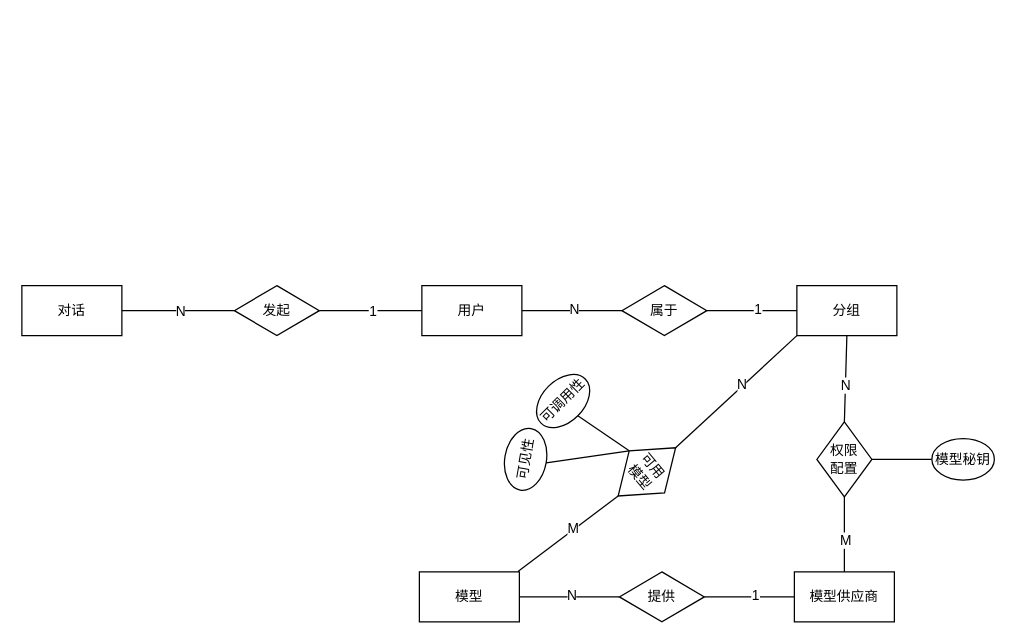
Before: 实体联系图.drawio in Chentx1243/draw.io, a draw.io diagram. Source tidied: cells renumbered, new cells numbered last; positions are measured from the earlier drawing's top-left corner, leaving out a move shared by most shapes. Both pictures are drawn from the tidied source at 125%, with x=0, y=0 at pixel (21, 285).
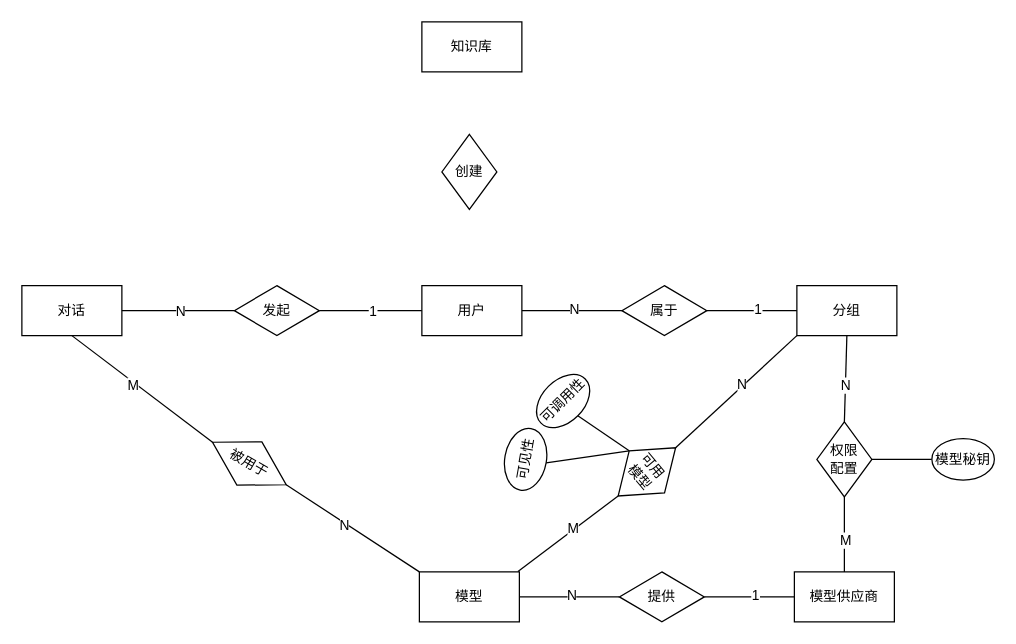
The same page after the edit.

Commit message:
更新实体联系图.drawio

The change refers to these unchanged cells:
```xml
<mxCell id="11" value="模型" style="rounded=0;whiteSpace=wrap;html=1;fontFamily=宋体;fontSize=11;" parent="1" vertex="1">
  <mxGeometry x="318" y="229" width="80" height="40" as="geometry" />
</mxCell>
<mxCell id="17" value="对话" style="rounded=0;whiteSpace=wrap;html=1;fontFamily=宋体;fontSize=11;" parent="1" vertex="1">
  <mxGeometry width="80" height="40" as="geometry" />
</mxCell>
```

Diff of the diagram source:
```diff
@@
+    <mxCell id="38" style="rounded=0;jettySize=auto;html=1;endArrow=none;endFill=0;exitX=0;exitY=0;exitDx=0;exitDy=0;entryX=1;entryY=0.5;entryDx=0;entryDy=0;" parent="1" edge="1" source="11" target="40">
+      <mxGeometry relative="1" as="geometry" />
+    </mxCell>
+    <mxCell id="39" value="N" style="edgeLabel;html=1;align=center;verticalAlign=middle;fontFamily=宋体;fontSize=11;" parent="38" vertex="1">
+      <mxGeometry x="0.12" y="2" relative="1" as="geometry" />
+    </mxCell>
+    <mxCell id="40" value="被用于" style="rhombus;whiteSpace=wrap;html=1;fontFamily=宋体;fontSize=11;rotation=30;" parent="1" vertex="1">
+      <mxGeometry x="148" y="122.3" width="68" height="40" as="geometry" />
+    </mxCell>
+    <mxCell id="41" style="rounded=0;jettySize=auto;html=1;endArrow=none;endFill=0;exitX=0;exitY=0.5;exitDx=0;exitDy=0;entryX=0.5;entryY=1;entryDx=0;entryDy=0;" parent="1" edge="1" source="40" target="17">
+      <mxGeometry relative="1" as="geometry" />
+    </mxCell>
+    <mxCell id="42" value="M" style="edgeLabel;html=1;align=center;verticalAlign=middle;fontFamily=宋体;fontSize=11;" parent="41" vertex="1">
+      <mxGeometry x="0.12" y="2" relative="1" as="geometry" />
+    </mxCell>
+    <mxCell id="43" value="知识库" style="rounded=0;whiteSpace=wrap;html=1;fontFamily=宋体;fontSize=11;" parent="1" vertex="1">
+      <mxGeometry x="320" y="-211" width="80" height="40" as="geometry" />
+    </mxCell>
+    <mxCell id="44" value="创建" style="rhombus;whiteSpace=wrap;html=1;fontFamily=宋体;fontSize=11;" parent="1" vertex="1">
+      <mxGeometry x="336" y="-121" width="44" height="60" as="geometry" />
+    </mxCell>
```
